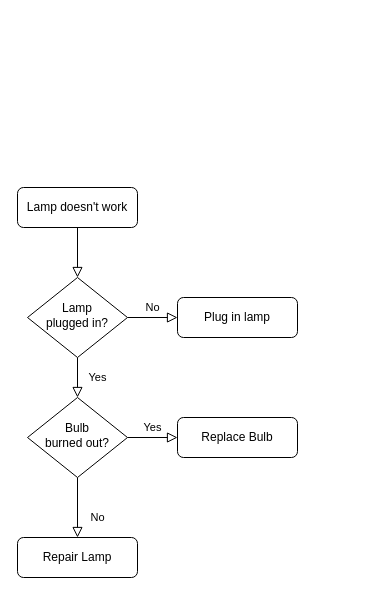
Earlier version of the draw.io diagram User LMS.drawio (yen0309/yen0309). Source tidied: cells renumbered, new cells numbered last; positions are measured from the earlier drawing's top-left corner, leaving out a move shared by most shapes. Both pictures are drawn from the tidied source at 100%, with x=0, y=0 at pixel (17, 187).
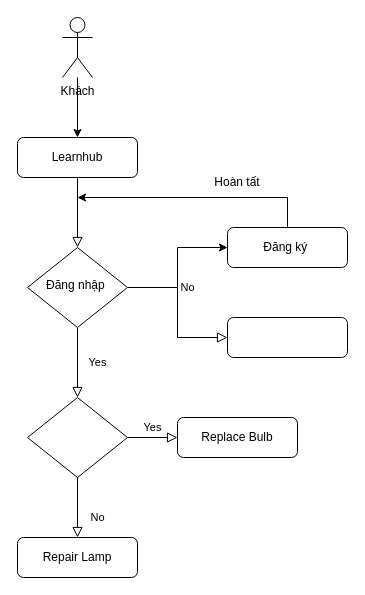
Above is the later version.

The edit, as a diff of the source:
```diff
@@
-    <mxCell id="3" value="Lamp doesn't work" style="rounded=1;whiteSpace=wrap;html=1;fontSize=12;glass=0;strokeWidth=1;shadow=0;" parent="1" vertex="1">
-      <mxGeometry width="120" height="40" as="geometry" />
+    <mxCell id="3" value="Learnhub" style="rounded=1;whiteSpace=wrap;html=1;fontSize=12;glass=0;strokeWidth=1;shadow=0;" parent="1" vertex="1">
+      <mxGeometry y="-50" width="120" height="40" as="geometry" />
     </mxCell>
@@
     <mxCell id="5" value="No" style="edgeStyle=orthogonalEdgeStyle;rounded=0;html=1;jettySize=auto;fontSize=11;endArrow=block;endFill=0;endSize=8;strokeWidth=1;shadow=0;labelBackgroundColor=none;" parent="1" edge="1" source="6" target="7">
-      <mxGeometry y="10" relative="1" as="geometry" />
+      <mxGeometry x="-0.33" y="10" relative="1" as="geometry" />
     </mxCell>
-    <mxCell id="6" value="Lamp&lt;br&gt;plugged in?" style="rhombus;whiteSpace=wrap;html=1;shadow=0;fontFamily=Helvetica;fontSize=12;align=center;strokeWidth=1;spacing=6;spacingTop=-4;" parent="1" vertex="1">
-      <mxGeometry x="10" y="90" width="100" height="80" as="geometry" />
+    <mxCell id="6" value="Đăng nhập&amp;nbsp;" style="rhombus;whiteSpace=wrap;html=1;shadow=0;fontFamily=Helvetica;fontSize=12;align=center;strokeWidth=1;spacing=6;spacingTop=-4;" parent="1" vertex="1">
+      <mxGeometry x="10" y="60" width="100" height="80" as="geometry" />
     </mxCell>
-    <mxCell id="7" value="Plug in lamp" style="rounded=1;whiteSpace=wrap;html=1;fontSize=12;glass=0;strokeWidth=1;shadow=0;" parent="1" vertex="1">
-      <mxGeometry x="160" y="110" width="120" height="40" as="geometry" />
+    <mxCell id="7" style="rounded=1;whiteSpace=wrap;html=1;fontSize=12;glass=0;strokeWidth=1;shadow=0;" parent="1" vertex="1">
+      <mxGeometry x="210" y="130" width="120" height="40" as="geometry" />
     </mxCell>
@@
-    <mxCell id="10" value="Bulb&lt;br&gt;burned out?" style="rhombus;whiteSpace=wrap;html=1;shadow=0;fontFamily=Helvetica;fontSize=12;align=center;strokeWidth=1;spacing=6;spacingTop=-4;" parent="1" vertex="1">
+    <mxCell id="10" style="rhombus;whiteSpace=wrap;html=1;shadow=0;fontFamily=Helvetica;fontSize=12;align=center;strokeWidth=1;spacing=6;spacingTop=-4;" parent="1" vertex="1">
       <mxGeometry x="10" y="210" width="100" height="80" as="geometry" />
     </mxCell>
@@
+    <mxCell id="13" style="edgeStyle=orthogonalEdgeStyle;rounded=0;jettySize=auto;html=1;" parent="1" edge="1" source="14" target="3">
+      <mxGeometry relative="1" as="geometry" />
+    </mxCell>
+    <mxCell id="14" value="Khách" style="shape=umlActor;verticalLabelPosition=bottom;verticalAlign=top;html=1;outlineConnect=0;" parent="1" vertex="1">
+      <mxGeometry x="45" y="-170" width="30" height="60" as="geometry" />
+    </mxCell>
+    <mxCell id="15" style="edgeStyle=orthogonalEdgeStyle;rounded=0;jettySize=auto;html=1;" parent="1" edge="1" source="16">
+      <mxGeometry relative="1" as="geometry">
+        <mxPoint x="60" y="10" as="targetPoint" />
+        <Array as="points">
+          <mxPoint x="270" y="10" />
+        </Array>
+      </mxGeometry>
+    </mxCell>
+    <mxCell id="16" value="Đăng ký&amp;nbsp;" style="rounded=1;whiteSpace=wrap;html=1;fontSize=12;glass=0;strokeWidth=1;shadow=0;" parent="1" vertex="1">
+      <mxGeometry x="210" y="40" width="120" height="40" as="geometry" />
+    </mxCell>
+    <mxCell id="17" style="endArrow=classic;html=1;rounded=0;entryX=0;entryY=0.5;entryDx=0;entryDy=0;" parent="1" edge="1" target="16">
+      <mxGeometry relative="1" as="geometry">
+        <mxPoint x="160" y="100" as="sourcePoint" />
+        <Array as="points">
+          <mxPoint x="160" y="60" />
+        </Array>
+      </mxGeometry>
+    </mxCell>
+    <mxCell id="18" value="Hoàn tất" style="text;html=1;strokeColor=none;fillColor=none;align=center;verticalAlign=middle;whiteSpace=wrap;rounded=0;" parent="1" vertex="1">
+      <mxGeometry x="190" y="-20" width="60" height="30" as="geometry" />
+    </mxCell>
```
